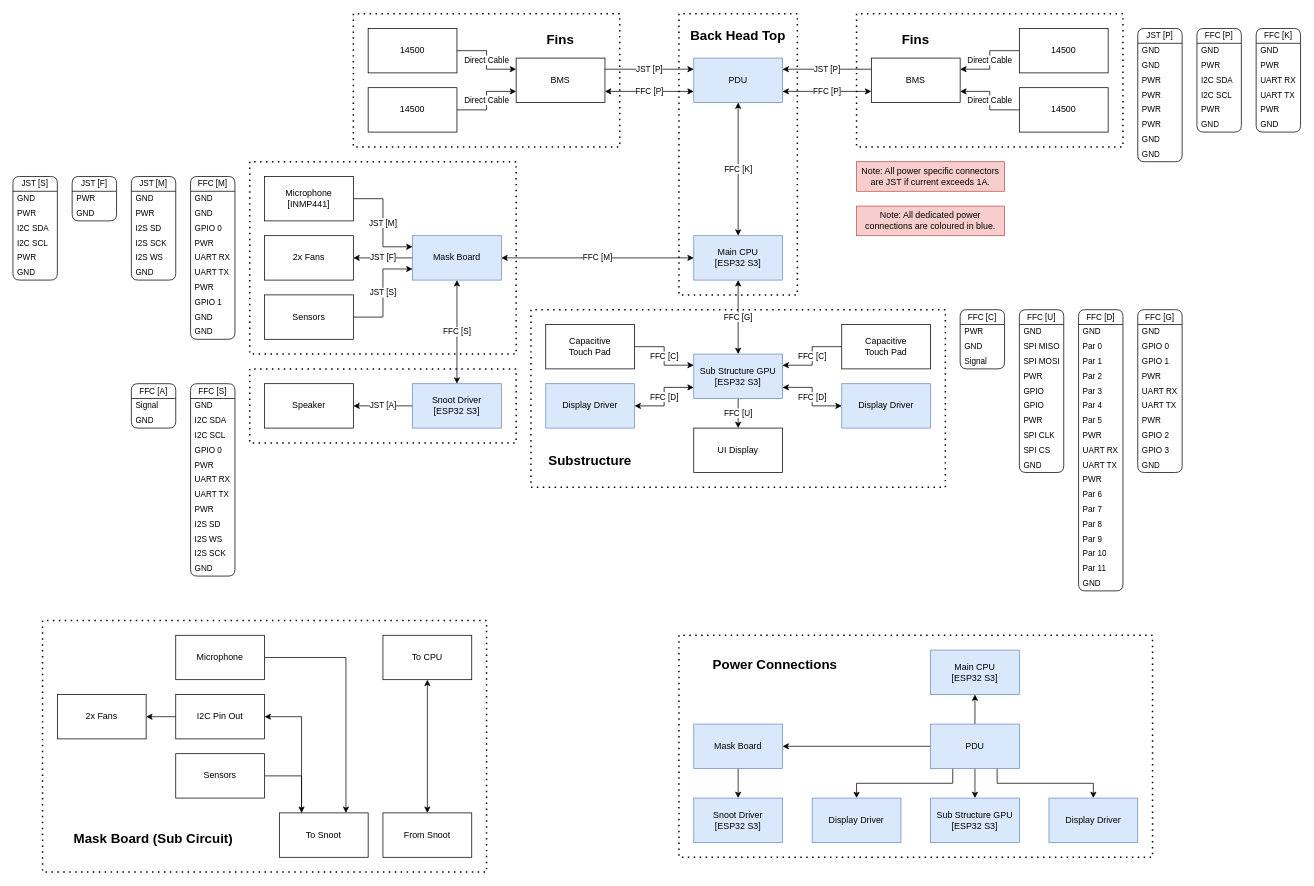
This is page "Connectors & Connections" (2 of 3) of Documents/Electronics.drawio from XCR1793/Synth-Head, a draw.io file, before an edit. Source tidied: cells renumbered, new cells numbered last; positions are measured from the earlier drawing's top-left corner, leaving out a move shared by most shapes. Both pictures are drawn from the tidied source at 74%, with x=0, y=0 at pixel (13, 13).
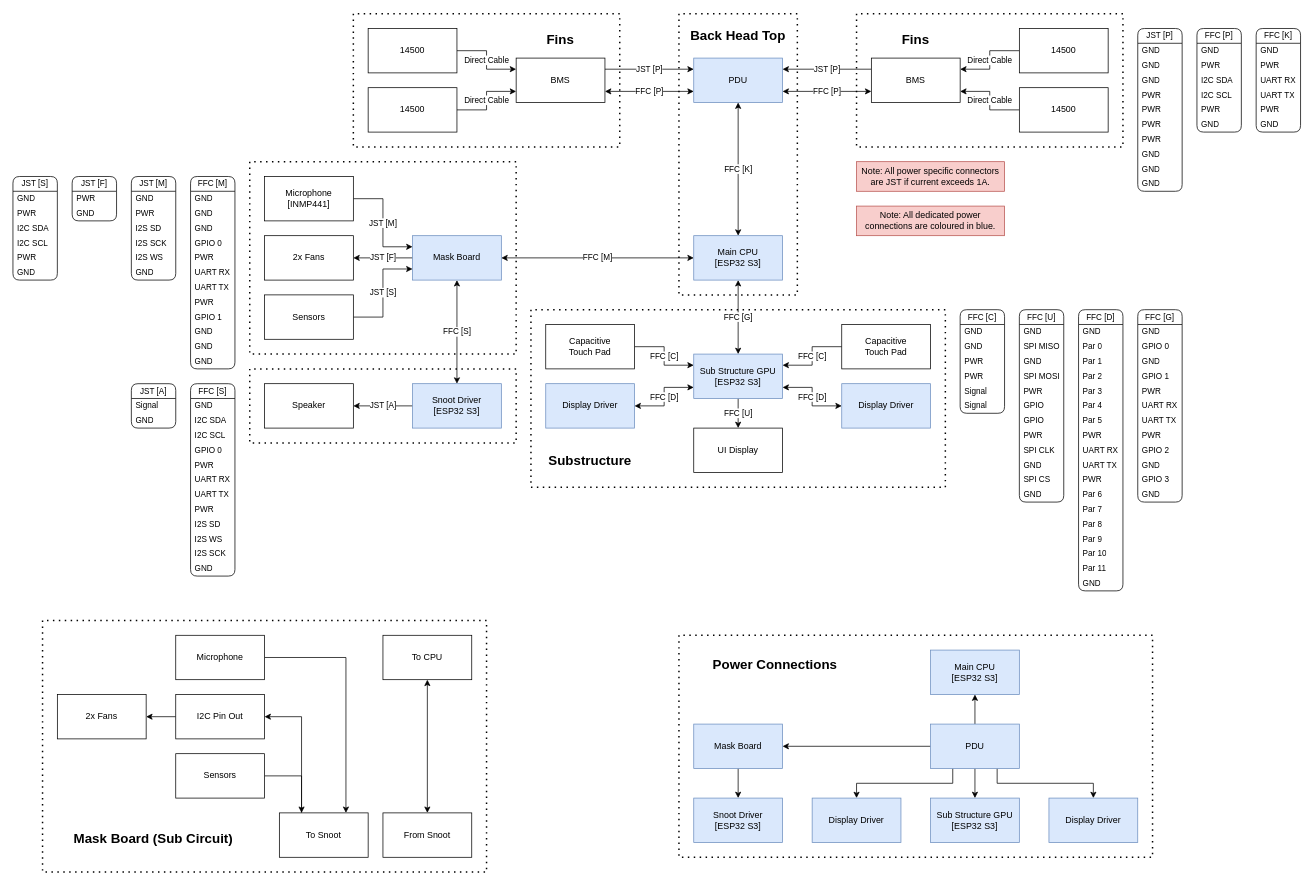
Above is the later version.

The edit, as a diff of the source:
```diff
@@
     <mxCell id="53" value="FFC [C]" style="swimlane;fontStyle=0;horizontal=1;startSize=20;whiteSpace=wrap;html=1;fontFamily=Helvetica;fontSize=11;fontColor=default;labelBackgroundColor=default;rounded=1;" parent="1" vertex="1">
-      <mxGeometry x="1280" y="400" width="60" height="80" as="geometry" />
+      <mxGeometry x="1280" y="400" width="60" height="140" as="geometry" />
     </mxCell>
+    <mxCell id="196" value="GND" style="text;strokeColor=none;fillColor=none;align=left;verticalAlign=middle;spacingLeft=4;spacingRight=4;overflow=hidden;whiteSpace=wrap;html=1;fontFamily=Helvetica;fontSize=11;fontColor=default;labelBackgroundColor=default;fontStyle=0;" parent="53" vertex="1">
+      <mxGeometry y="20" width="60" height="20" as="geometry" />
+    </mxCell>
+    <mxCell id="55" value="GND" style="text;strokeColor=none;fillColor=none;align=left;verticalAlign=middle;spacingLeft=4;spacingRight=4;overflow=hidden;whiteSpace=wrap;html=1;fontFamily=Helvetica;fontSize=11;fontColor=default;labelBackgroundColor=default;fontStyle=0;" parent="53" vertex="1">
+      <mxGeometry y="40" width="60" height="20" as="geometry" />
+    </mxCell>
+    <mxCell id="197" value="PWR" style="text;strokeColor=none;fillColor=none;align=left;verticalAlign=middle;spacingLeft=4;spacingRight=4;overflow=hidden;whiteSpace=wrap;html=1;fontFamily=Helvetica;fontSize=11;fontColor=default;labelBackgroundColor=default;fontStyle=0;" parent="53" vertex="1">
+      <mxGeometry y="60" width="60" height="20" as="geometry" />
+    </mxCell>
     <mxCell id="54" value="PWR" style="text;strokeColor=none;fillColor=none;align=left;verticalAlign=middle;spacingLeft=4;spacingRight=4;overflow=hidden;whiteSpace=wrap;html=1;fontFamily=Helvetica;fontSize=11;fontColor=default;labelBackgroundColor=default;fontStyle=0;" parent="53" vertex="1">
-      <mxGeometry y="20" width="60" height="20" as="geometry" />
+      <mxGeometry y="80" width="60" height="20" as="geometry" />
     </mxCell>
-    <mxCell id="55" value="GND" style="text;strokeColor=none;fillColor=none;align=left;verticalAlign=middle;spacingLeft=4;spacingRight=4;overflow=hidden;whiteSpace=wrap;html=1;fontFamily=Helvetica;fontSize=11;fontColor=default;labelBackgroundColor=default;fontStyle=0;" parent="53" vertex="1">
-      <mxGeometry y="40" width="60" height="20" as="geometry" />
-    </mxCell>
+    <mxCell id="198" value="Signal" style="text;strokeColor=none;fillColor=none;align=left;verticalAlign=middle;spacingLeft=4;spacingRight=4;overflow=hidden;whiteSpace=wrap;html=1;fontFamily=Helvetica;fontSize=11;fontColor=default;labelBackgroundColor=default;fontStyle=0;" parent="53" vertex="1">
+      <mxGeometry y="100" width="60" height="20" as="geometry" />
+    </mxCell>
     <mxCell id="56" value="Signal" style="text;strokeColor=none;fillColor=none;align=left;verticalAlign=middle;spacingLeft=4;spacingRight=4;overflow=hidden;whiteSpace=wrap;html=1;fontFamily=Helvetica;fontSize=11;fontColor=default;labelBackgroundColor=default;fontStyle=0;" parent="53" vertex="1">
-      <mxGeometry y="60" width="60" height="20" as="geometry" />
+      <mxGeometry y="120" width="60" height="20" as="geometry" />
     </mxCell>
     <mxCell id="57" value="FFC [U]" style="swimlane;fontStyle=0;horizontal=1;startSize=20;whiteSpace=wrap;html=1;fontFamily=Helvetica;fontSize=11;fontColor=default;labelBackgroundColor=default;rounded=1;" parent="1" vertex="1">
-      <mxGeometry x="1360" y="400" width="60" height="220" as="geometry" />
+      <mxGeometry x="1360" y="400" width="60" height="260" as="geometry" />
     </mxCell>
@@
+    <mxCell id="199" value="GND" style="text;strokeColor=none;fillColor=none;align=left;verticalAlign=middle;spacingLeft=4;spacingRight=4;overflow=hidden;whiteSpace=wrap;html=1;fontFamily=Helvetica;fontSize=11;fontColor=default;labelBackgroundColor=default;fontStyle=0;" parent="57" vertex="1">
+      <mxGeometry y="60" width="60" height="20" as="geometry" />
+    </mxCell>
     <mxCell id="60" value="SPI MOSI" style="text;strokeColor=none;fillColor=none;align=left;verticalAlign=middle;spacingLeft=4;spacingRight=4;overflow=hidden;whiteSpace=wrap;html=1;fontFamily=Helvetica;fontSize=11;fontColor=default;labelBackgroundColor=default;fontStyle=0;" parent="57" vertex="1">
-      <mxGeometry y="60" width="60" height="20" as="geometry" />
+      <mxGeometry y="80" width="60" height="20" as="geometry" />
     </mxCell>
     <mxCell id="61" value="PWR" style="text;strokeColor=none;fillColor=none;align=left;verticalAlign=middle;spacingLeft=4;spacingRight=4;overflow=hidden;whiteSpace=wrap;html=1;fontFamily=Helvetica;fontSize=11;fontColor=default;labelBackgroundColor=default;fontStyle=0;" parent="57" vertex="1">
-      <mxGeometry y="80" width="60" height="20" as="geometry" />
+      <mxGeometry y="100" width="60" height="20" as="geometry" />
     </mxCell>
     <mxCell id="62" value="GPIO" style="text;strokeColor=none;fillColor=none;align=left;verticalAlign=middle;spacingLeft=4;spacingRight=4;overflow=hidden;whiteSpace=wrap;html=1;fontFamily=Helvetica;fontSize=11;fontColor=default;labelBackgroundColor=default;fontStyle=0;" parent="57" vertex="1">
-      <mxGeometry y="100" width="60" height="20" as="geometry" />
+      <mxGeometry y="120" width="60" height="20" as="geometry" />
     </mxCell>
     <mxCell id="63" value="GPIO" style="text;strokeColor=none;fillColor=none;align=left;verticalAlign=middle;spacingLeft=4;spacingRight=4;overflow=hidden;whiteSpace=wrap;html=1;fontFamily=Helvetica;fontSize=11;fontColor=default;labelBackgroundColor=default;fontStyle=0;" parent="57" vertex="1">
-      <mxGeometry y="120" width="60" height="20" as="geometry" />
+      <mxGeometry y="140" width="60" height="20" as="geometry" />
     </mxCell>
     <mxCell id="64" value="PWR" style="text;strokeColor=none;fillColor=none;align=left;verticalAlign=middle;spacingLeft=4;spacingRight=4;overflow=hidden;whiteSpace=wrap;html=1;fontFamily=Helvetica;fontSize=11;fontColor=default;labelBackgroundColor=default;fontStyle=0;" parent="57" vertex="1">
-      <mxGeometry y="140" width="60" height="20" as="geometry" />
+      <mxGeometry y="160" width="60" height="20" as="geometry" />
     </mxCell>
     <mxCell id="65" value="SPI CLK" style="text;strokeColor=none;fillColor=none;align=left;verticalAlign=middle;spacingLeft=4;spacingRight=4;overflow=hidden;whiteSpace=wrap;html=1;fontFamily=Helvetica;fontSize=11;fontColor=default;labelBackgroundColor=default;fontStyle=0;" parent="57" vertex="1">
-      <mxGeometry y="160" width="60" height="20" as="geometry" />
+      <mxGeometry y="180" width="60" height="20" as="geometry" />
     </mxCell>
+    <mxCell id="200" value="GND" style="text;strokeColor=none;fillColor=none;align=left;verticalAlign=middle;spacingLeft=4;spacingRight=4;overflow=hidden;whiteSpace=wrap;html=1;fontFamily=Helvetica;fontSize=11;fontColor=default;labelBackgroundColor=default;fontStyle=0;" parent="57" vertex="1">
+      <mxGeometry y="200" width="60" height="20" as="geometry" />
+    </mxCell>
     <mxCell id="66" value="SPI CS" style="text;strokeColor=none;fillColor=none;align=left;verticalAlign=middle;spacingLeft=4;spacingRight=4;overflow=hidden;whiteSpace=wrap;html=1;fontFamily=Helvetica;fontSize=11;fontColor=default;labelBackgroundColor=default;fontStyle=0;" parent="57" vertex="1">
-      <mxGeometry y="180" width="60" height="20" as="geometry" />
+      <mxGeometry y="220" width="60" height="20" as="geometry" />
     </mxCell>
     <mxCell id="67" value="GND" style="text;strokeColor=none;fillColor=none;align=left;verticalAlign=middle;spacingLeft=4;spacingRight=4;overflow=hidden;whiteSpace=wrap;html=1;fontFamily=Helvetica;fontSize=11;fontColor=default;labelBackgroundColor=default;fontStyle=0;" parent="57" vertex="1">
-      <mxGeometry y="200" width="60" height="20" as="geometry" />
+      <mxGeometry y="240" width="60" height="20" as="geometry" />
     </mxCell>
@@
     <mxCell id="87" value="FFC [G]" style="swimlane;fontStyle=0;horizontal=1;startSize=20;whiteSpace=wrap;html=1;fontFamily=Helvetica;fontSize=11;fontColor=default;labelBackgroundColor=default;rounded=1;" parent="1" vertex="1">
-      <mxGeometry x="1520" y="400" width="60" height="220" as="geometry" />
+      <mxGeometry x="1520" y="400" width="60" height="260" as="geometry" />
     </mxCell>
@@
+    <mxCell id="201" value="GND" style="text;strokeColor=none;fillColor=none;align=left;verticalAlign=middle;spacingLeft=4;spacingRight=4;overflow=hidden;whiteSpace=wrap;html=1;fontFamily=Helvetica;fontSize=11;fontColor=default;labelBackgroundColor=default;fontStyle=0;" parent="87" vertex="1">
+      <mxGeometry y="60" width="60" height="20" as="geometry" />
+    </mxCell>
     <mxCell id="90" value="GPIO 1" style="text;strokeColor=none;fillColor=none;align=left;verticalAlign=middle;spacingLeft=4;spacingRight=4;overflow=hidden;whiteSpace=wrap;html=1;fontFamily=Helvetica;fontSize=11;fontColor=default;labelBackgroundColor=default;fontStyle=0;" parent="87" vertex="1">
-      <mxGeometry y="60" width="60" height="20" as="geometry" />
+      <mxGeometry y="80" width="60" height="20" as="geometry" />
     </mxCell>
     <mxCell id="91" value="PWR" style="text;strokeColor=none;fillColor=none;align=left;verticalAlign=middle;spacingLeft=4;spacingRight=4;overflow=hidden;whiteSpace=wrap;html=1;fontFamily=Helvetica;fontSize=11;fontColor=default;labelBackgroundColor=default;fontStyle=0;" parent="87" vertex="1">
-      <mxGeometry y="80" width="60" height="20" as="geometry" />
+      <mxGeometry y="100" width="60" height="20" as="geometry" />
     </mxCell>
     <mxCell id="92" value="UART RX" style="text;strokeColor=none;fillColor=none;align=left;verticalAlign=middle;spacingLeft=4;spacingRight=4;overflow=hidden;whiteSpace=wrap;html=1;fontFamily=Helvetica;fontSize=11;fontColor=default;labelBackgroundColor=default;fontStyle=0;" parent="87" vertex="1">
-      <mxGeometry y="100" width="60" height="20" as="geometry" />
+      <mxGeometry y="120" width="60" height="20" as="geometry" />
     </mxCell>
     <mxCell id="93" value="UART TX" style="text;strokeColor=none;fillColor=none;align=left;verticalAlign=middle;spacingLeft=4;spacingRight=4;overflow=hidden;whiteSpace=wrap;html=1;fontFamily=Helvetica;fontSize=11;fontColor=default;labelBackgroundColor=default;fontStyle=0;" parent="87" vertex="1">
-      <mxGeometry y="120" width="60" height="20" as="geometry" />
+      <mxGeometry y="140" width="60" height="20" as="geometry" />
     </mxCell>
     <mxCell id="94" value="PWR" style="text;strokeColor=none;fillColor=none;align=left;verticalAlign=middle;spacingLeft=4;spacingRight=4;overflow=hidden;whiteSpace=wrap;html=1;fontFamily=Helvetica;fontSize=11;fontColor=default;labelBackgroundColor=default;fontStyle=0;" parent="87" vertex="1">
-      <mxGeometry y="140" width="60" height="20" as="geometry" />
+      <mxGeometry y="160" width="60" height="20" as="geometry" />
     </mxCell>
     <mxCell id="95" value="GPIO 2" style="text;strokeColor=none;fillColor=none;align=left;verticalAlign=middle;spacingLeft=4;spacingRight=4;overflow=hidden;whiteSpace=wrap;html=1;fontFamily=Helvetica;fontSize=11;fontColor=default;labelBackgroundColor=default;fontStyle=0;" parent="87" vertex="1">
-      <mxGeometry y="160" width="60" height="20" as="geometry" />
+      <mxGeometry y="180" width="60" height="20" as="geometry" />
     </mxCell>
+    <mxCell id="202" value="GND" style="text;strokeColor=none;fillColor=none;align=left;verticalAlign=middle;spacingLeft=4;spacingRight=4;overflow=hidden;whiteSpace=wrap;html=1;fontFamily=Helvetica;fontSize=11;fontColor=default;labelBackgroundColor=default;fontStyle=0;" parent="87" vertex="1">
+      <mxGeometry y="200" width="60" height="20" as="geometry" />
+    </mxCell>
     <mxCell id="96" value="GPIO 3" style="text;strokeColor=none;fillColor=none;align=left;verticalAlign=middle;spacingLeft=4;spacingRight=4;overflow=hidden;whiteSpace=wrap;html=1;fontFamily=Helvetica;fontSize=11;fontColor=default;labelBackgroundColor=default;fontStyle=0;" parent="87" vertex="1">
-      <mxGeometry y="180" width="60" height="20" as="geometry" />
+      <mxGeometry y="220" width="60" height="20" as="geometry" />
     </mxCell>
     <mxCell id="97" value="GND" style="text;strokeColor=none;fillColor=none;align=left;verticalAlign=middle;spacingLeft=4;spacingRight=4;overflow=hidden;whiteSpace=wrap;html=1;fontFamily=Helvetica;fontSize=11;fontColor=default;labelBackgroundColor=default;fontStyle=0;" parent="87" vertex="1">
-      <mxGeometry y="200" width="60" height="20" as="geometry" />
+      <mxGeometry y="240" width="60" height="20" as="geometry" />
     </mxCell>
@@
     <mxCell id="111" value="FFC [M]" style="swimlane;fontStyle=0;horizontal=1;startSize=20;whiteSpace=wrap;html=1;fontFamily=Helvetica;fontSize=11;fontColor=default;labelBackgroundColor=default;rounded=1;" parent="1" vertex="1">
-      <mxGeometry x="240" y="220" width="60" height="220" as="geometry" />
+      <mxGeometry x="240" y="220" width="60" height="260" as="geometry" />
     </mxCell>
@@
+    <mxCell id="203" value="GND" style="text;strokeColor=none;fillColor=none;align=left;verticalAlign=middle;spacingLeft=4;spacingRight=4;overflow=hidden;whiteSpace=wrap;html=1;fontFamily=Helvetica;fontSize=11;fontColor=default;labelBackgroundColor=default;fontStyle=0;" parent="111" vertex="1">
+      <mxGeometry y="60" width="60" height="20" as="geometry" />
+    </mxCell>
     <mxCell id="114" value="GPIO 0" style="text;strokeColor=none;fillColor=none;align=left;verticalAlign=middle;spacingLeft=4;spacingRight=4;overflow=hidden;whiteSpace=wrap;html=1;fontFamily=Helvetica;fontSize=11;fontColor=default;labelBackgroundColor=default;fontStyle=0;" parent="111" vertex="1">
-      <mxGeometry y="60" width="60" height="20" as="geometry" />
+      <mxGeometry y="80" width="60" height="20" as="geometry" />
     </mxCell>
     <mxCell id="115" value="PWR" style="text;strokeColor=none;fillColor=none;align=left;verticalAlign=middle;spacingLeft=4;spacingRight=4;overflow=hidden;whiteSpace=wrap;html=1;fontFamily=Helvetica;fontSize=11;fontColor=default;labelBackgroundColor=default;fontStyle=0;" parent="111" vertex="1">
-      <mxGeometry y="80" width="60" height="20" as="geometry" />
+      <mxGeometry y="100" width="60" height="20" as="geometry" />
     </mxCell>
     <mxCell id="116" value="UART RX" style="text;strokeColor=none;fillColor=none;align=left;verticalAlign=middle;spacingLeft=4;spacingRight=4;overflow=hidden;whiteSpace=wrap;html=1;fontFamily=Helvetica;fontSize=11;fontColor=default;labelBackgroundColor=default;fontStyle=0;" parent="111" vertex="1">
-      <mxGeometry y="100" width="60" height="20" as="geometry" />
+      <mxGeometry y="120" width="60" height="20" as="geometry" />
     </mxCell>
     <mxCell id="117" value="UART TX" style="text;strokeColor=none;fillColor=none;align=left;verticalAlign=middle;spacingLeft=4;spacingRight=4;overflow=hidden;whiteSpace=wrap;html=1;fontFamily=Helvetica;fontSize=11;fontColor=default;labelBackgroundColor=default;fontStyle=0;" parent="111" vertex="1">
-      <mxGeometry y="120" width="60" height="20" as="geometry" />
+      <mxGeometry y="140" width="60" height="20" as="geometry" />
     </mxCell>
     <mxCell id="118" value="PWR" style="text;strokeColor=none;fillColor=none;align=left;verticalAlign=middle;spacingLeft=4;spacingRight=4;overflow=hidden;whiteSpace=wrap;html=1;fontFamily=Helvetica;fontSize=11;fontColor=default;labelBackgroundColor=default;fontStyle=0;" parent="111" vertex="1">
-      <mxGeometry y="140" width="60" height="20" as="geometry" />
+      <mxGeometry y="160" width="60" height="20" as="geometry" />
     </mxCell>
     <mxCell id="119" value="GPIO 1" style="text;strokeColor=none;fillColor=none;align=left;verticalAlign=middle;spacingLeft=4;spacingRight=4;overflow=hidden;whiteSpace=wrap;html=1;fontFamily=Helvetica;fontSize=11;fontColor=default;labelBackgroundColor=default;fontStyle=0;" parent="111" vertex="1">
-      <mxGeometry y="160" width="60" height="20" as="geometry" />
+      <mxGeometry y="180" width="60" height="20" as="geometry" />
     </mxCell>
+    <mxCell id="204" value="GND" style="text;strokeColor=none;fillColor=none;align=left;verticalAlign=middle;spacingLeft=4;spacingRight=4;overflow=hidden;whiteSpace=wrap;html=1;fontFamily=Helvetica;fontSize=11;fontColor=default;labelBackgroundColor=default;fontStyle=0;" parent="111" vertex="1">
+      <mxGeometry y="200" width="60" height="20" as="geometry" />
+    </mxCell>
     <mxCell id="120" value="GND" style="text;strokeColor=none;fillColor=none;align=left;verticalAlign=middle;spacingLeft=4;spacingRight=4;overflow=hidden;whiteSpace=wrap;html=1;fontFamily=Helvetica;fontSize=11;fontColor=default;labelBackgroundColor=default;fontStyle=0;" parent="111" vertex="1">
-      <mxGeometry y="180" width="60" height="20" as="geometry" />
+      <mxGeometry y="220" width="60" height="20" as="geometry" />
     </mxCell>
     <mxCell id="121" value="GND" style="text;strokeColor=none;fillColor=none;align=left;verticalAlign=middle;spacingLeft=4;spacingRight=4;overflow=hidden;whiteSpace=wrap;html=1;fontFamily=Helvetica;fontSize=11;fontColor=default;labelBackgroundColor=default;fontStyle=0;" parent="111" vertex="1">
-      <mxGeometry y="200" width="60" height="20" as="geometry" />
+      <mxGeometry y="240" width="60" height="20" as="geometry" />
     </mxCell>
@@
-    <mxCell id="146" value="FFC [A]" style="swimlane;fontStyle=0;horizontal=1;startSize=20;whiteSpace=wrap;html=1;fontFamily=Helvetica;fontSize=11;fontColor=default;labelBackgroundColor=default;rounded=1;" parent="1" vertex="1">
+    <mxCell id="146" value="JST [A]" style="swimlane;fontStyle=0;horizontal=1;startSize=20;whiteSpace=wrap;html=1;fontFamily=Helvetica;fontSize=11;fontColor=default;labelBackgroundColor=default;rounded=1;" parent="1" vertex="1">
       <mxGeometry x="160" y="500" width="60" height="60" as="geometry" />
     </mxCell>
@@
     <mxCell id="156" value="JST [P]" style="swimlane;fontStyle=0;horizontal=1;startSize=20;whiteSpace=wrap;html=1;fontFamily=Helvetica;fontSize=11;fontColor=default;labelBackgroundColor=default;rounded=1;" parent="1" vertex="1">
-      <mxGeometry x="1520" y="20" width="60" height="180" as="geometry" />
+      <mxGeometry x="1520" y="20" width="60" height="220" as="geometry" />
     </mxCell>
@@
+    <mxCell id="205" value="GND" style="text;strokeColor=none;fillColor=none;align=left;verticalAlign=middle;spacingLeft=4;spacingRight=4;overflow=hidden;whiteSpace=wrap;html=1;fontFamily=Helvetica;fontSize=11;fontColor=default;labelBackgroundColor=default;fontStyle=0;" parent="156" vertex="1">
+      <mxGeometry y="60" width="60" height="20" as="geometry" />
+    </mxCell>
     <mxCell id="159" value="PWR" style="text;strokeColor=none;fillColor=none;align=left;verticalAlign=middle;spacingLeft=4;spacingRight=4;overflow=hidden;whiteSpace=wrap;html=1;fontFamily=Helvetica;fontSize=11;fontColor=default;labelBackgroundColor=default;fontStyle=0;" parent="156" vertex="1">
-      <mxGeometry y="60" width="60" height="20" as="geometry" />
+      <mxGeometry y="80" width="60" height="20" as="geometry" />
     </mxCell>
     <mxCell id="160" value="PWR" style="text;strokeColor=none;fillColor=none;align=left;verticalAlign=middle;spacingLeft=4;spacingRight=4;overflow=hidden;whiteSpace=wrap;html=1;fontFamily=Helvetica;fontSize=11;fontColor=default;labelBackgroundColor=default;fontStyle=0;" parent="156" vertex="1">
-      <mxGeometry y="80" width="60" height="20" as="geometry" />
+      <mxGeometry y="100" width="60" height="20" as="geometry" />
     </mxCell>
     <mxCell id="161" value="PWR" style="text;strokeColor=none;fillColor=none;align=left;verticalAlign=middle;spacingLeft=4;spacingRight=4;overflow=hidden;whiteSpace=wrap;html=1;fontFamily=Helvetica;fontSize=11;fontColor=default;labelBackgroundColor=default;fontStyle=0;" parent="156" vertex="1">
-      <mxGeometry y="100" width="60" height="20" as="geometry" />
+      <mxGeometry y="120" width="60" height="20" as="geometry" />
     </mxCell>
     <mxCell id="162" value="PWR" style="text;strokeColor=none;fillColor=none;align=left;verticalAlign=middle;spacingLeft=4;spacingRight=4;overflow=hidden;whiteSpace=wrap;html=1;fontFamily=Helvetica;fontSize=11;fontColor=default;labelBackgroundColor=default;fontStyle=0;" parent="156" vertex="1">
-      <mxGeometry y="120" width="60" height="20" as="geometry" />
+      <mxGeometry y="140" width="60" height="20" as="geometry" />
     </mxCell>
+    <mxCell id="206" value="GND" style="text;strokeColor=none;fillColor=none;align=left;verticalAlign=middle;spacingLeft=4;spacingRight=4;overflow=hidden;whiteSpace=wrap;html=1;fontFamily=Helvetica;fontSize=11;fontColor=default;labelBackgroundColor=default;fontStyle=0;" parent="156" vertex="1">
+      <mxGeometry y="160" width="60" height="20" as="geometry" />
+    </mxCell>
     <mxCell id="163" value="GND" style="text;strokeColor=none;fillColor=none;align=left;verticalAlign=middle;spacingLeft=4;spacingRight=4;overflow=hidden;whiteSpace=wrap;html=1;fontFamily=Helvetica;fontSize=11;fontColor=default;labelBackgroundColor=default;fontStyle=0;" parent="156" vertex="1">
-      <mxGeometry y="140" width="60" height="20" as="geometry" />
+      <mxGeometry y="180" width="60" height="20" as="geometry" />
     </mxCell>
     <mxCell id="164" value="GND" style="text;strokeColor=none;fillColor=none;align=left;verticalAlign=middle;spacingLeft=4;spacingRight=4;overflow=hidden;whiteSpace=wrap;html=1;fontFamily=Helvetica;fontSize=11;fontColor=default;labelBackgroundColor=default;fontStyle=0;" parent="156" vertex="1">
-      <mxGeometry y="160" width="60" height="20" as="geometry" />
+      <mxGeometry y="200" width="60" height="20" as="geometry" />
     </mxCell>
```
